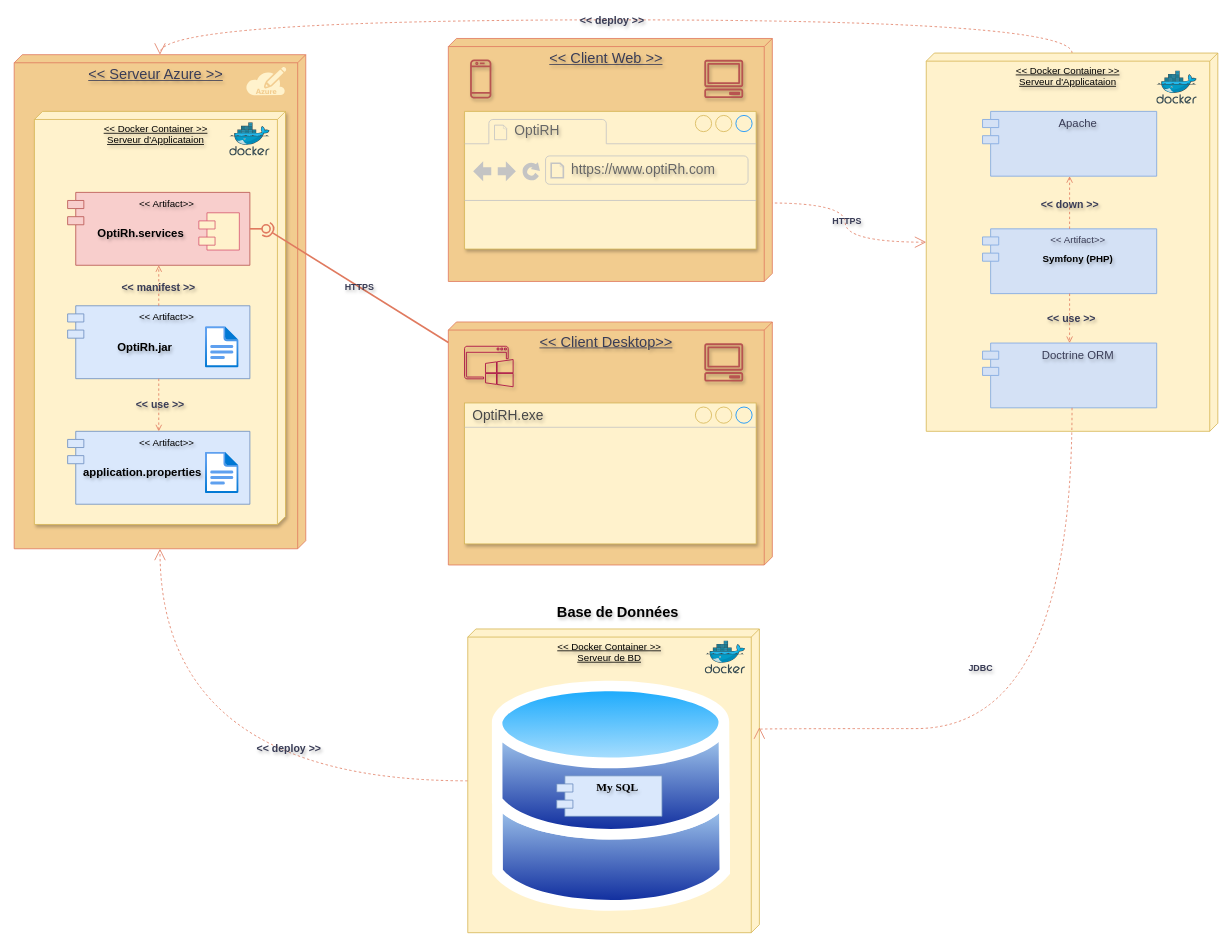
Above: Conception/DeploymentDiagram.drawio in mariem-jls/OptiRH-gestion-rh (draw.io), before the change. Source tidied: cells renumbered, new cells numbered last; positions are measured from the earlier drawing's top-left corner, leaving out a move shared by most shapes. Both pictures are drawn from the tidied source at 81%, with x=0, y=0 at pixel (14, 19).
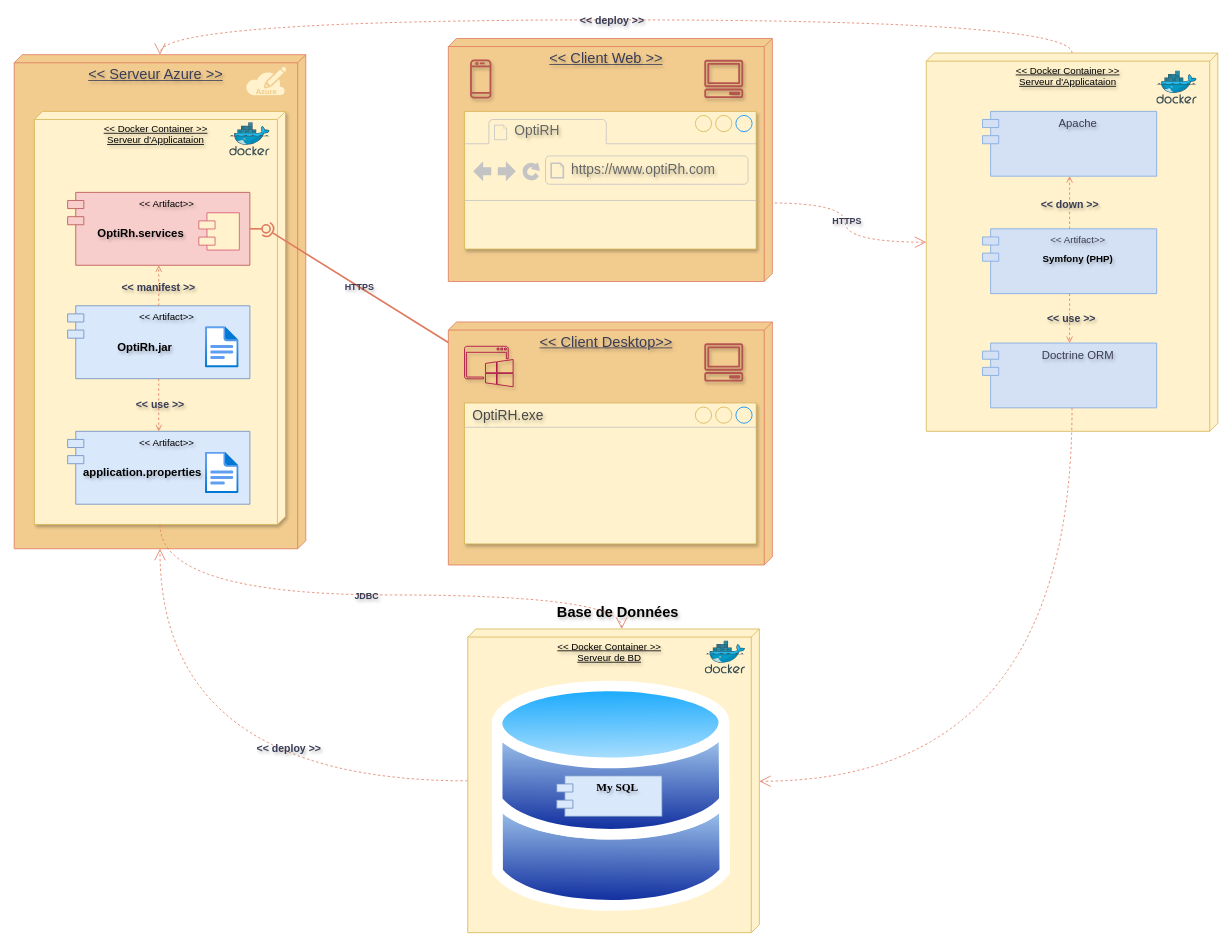
The same diagram, later.

The change refers to these unchanged cells:
```xml
<mxCell id="3" value="&amp;lt;&amp;lt; Docker Container &amp;gt;&amp;gt;&lt;br&gt;Serveur d'Applicataion" style="verticalAlign=top;align=center;spacingTop=8;spacingLeft=2;spacingRight=12;shape=cube;size=10;direction=south;fontStyle=4;html=1;whiteSpace=wrap;strokeColor=#d6b656;fillColor=#fff2cc;shadow=1;textShadow=1;" parent="1" vertex="1">
  <mxGeometry x="25" y="113" width="310" height="510" as="geometry" />
</mxCell>
<mxCell id="39" style="group;textShadow=1;" parent="38" vertex="1">
  <mxGeometry width="400" height="300" as="geometry" />
</mxCell>
<mxCell id="53" value="&amp;lt;&amp;lt; Docker Container &amp;gt;&amp;gt;&lt;br&gt;Serveur de BD" style="verticalAlign=top;align=center;spacingTop=8;spacingLeft=2;spacingRight=12;shape=cube;size=10;direction=south;fontStyle=4;html=1;whiteSpace=wrap;strokeColor=#d6b656;fillColor=#fff2cc;shadow=0;textShadow=1;" parent="52" vertex="1">
  <mxGeometry width="360" height="375" as="geometry" />
</mxCell>
<mxCell id="61" value="&lt;font style=&quot;font-size: 14px;&quot;&gt;Doctrine ORM&lt;/font&gt;" style="shape=module;align=left;spacingLeft=20;align=center;verticalAlign=top;whiteSpace=wrap;html=1;strokeColor=#7EA6E0;fontColor=#393C56;fillColor=#D4E1F5;textShadow=1;" parent="58" vertex="1">
  <mxGeometry x="69.5" y="358" width="215" height="80" as="geometry" />
</mxCell>
```

What changed in the source:
```diff
@@
-    <mxCell id="43" value="&lt;span&gt;&lt;font style=&quot;color: light-dark(rgb(71, 71, 71), rgb(237, 237, 237));&quot;&gt;OptiRH.exe&lt;/font&gt;&lt;/span&gt;" style="strokeWidth=1;shadow=1;dashed=0;align=center;html=1;shape=mxgraph.mockup.containers.window;align=left;verticalAlign=top;spacingLeft=8;strokeColor2=#008cff;strokeColor3=#c4c4c4;mainText=;fontSize=17;labelBackgroundColor=none;whiteSpace=wrap;strokeColor=#d6b656;fillColor=#fff2cc;textShadow=1;" parent="39" vertex="1">
+    <mxCell id="43" value="&lt;span&gt;&lt;font color=&quot;#000000&quot; style=&quot;color: light-dark(rgb(71, 71, 71), rgb(237, 237, 237));&quot;&gt;OptiRH.exe&lt;/font&gt;&lt;/span&gt;" style="strokeWidth=1;shadow=1;dashed=0;align=center;html=1;shape=mxgraph.mockup.containers.window;align=left;verticalAlign=top;spacingLeft=8;strokeColor2=#008cff;strokeColor3=#c4c4c4;mainText=;fontSize=17;labelBackgroundColor=none;whiteSpace=wrap;strokeColor=#d6b656;fillColor=#fff2cc;textShadow=1;" parent="39" vertex="1">
       <mxGeometry x="20" y="100" width="360" height="174" as="geometry" />
     </mxCell>
@@
-    <mxCell id="70" style="edgeStyle=orthogonalEdgeStyle;rounded=0;jettySize=auto;html=1;strokeColor=#E07A5F;fontColor=#393C56;fillColor=#F2CC8F;curved=1;dashed=1;endArrow=open;endFill=0;endSize=12;startSize=12;entryX=0.324;entryY=0;entryDx=0;entryDy=0;entryPerimeter=0;textShadow=1;" parent="1" edge="1" source="61" target="53">
+    <mxCell id="70" style="edgeStyle=orthogonalEdgeStyle;rounded=0;jettySize=auto;html=1;strokeColor=#E07A5F;fontColor=#393C56;fillColor=#F2CC8F;curved=1;dashed=1;endArrow=open;endFill=0;endSize=12;startSize=12;textShadow=1;" parent="1" edge="1" source="61" target="53">
       <mxGeometry relative="1" as="geometry">
         <Array as="points">
-          <mxPoint x="1306" y="875" />
+          <mxPoint x="1306" y="940" />
         </Array>
       </mxGeometry>
     </mxCell>
+    <mxCell id="72" style="edgeStyle=orthogonalEdgeStyle;rounded=0;jettySize=auto;html=1;strokeColor=#E07A5F;fontColor=#393C56;fillColor=#F2CC8F;curved=1;dashed=1;endArrow=open;endFill=0;endSize=12;startSize=12;textShadow=1;" parent="1" edge="1" source="3" target="53">
+      <mxGeometry relative="1" as="geometry">
+        <Array as="points">
+          <mxPoint x="180" y="710" />
+          <mxPoint x="750" y="710" />
+        </Array>
+      </mxGeometry>
+    </mxCell>
-    <mxCell id="71" value="JDBC" style="edgeLabel;html=1;align=center;verticalAlign=middle;strokeColor=#E07A5F;fontColor=#393C56;fillColor=#F2CC8F;labelBackgroundColor=none;labelBorderColor=none;textShadow=1;fontStyle=1;" parent="70" vertex="1">
+    <mxCell id="71" value="JDBC" style="edgeLabel;html=1;align=center;verticalAlign=middle;strokeColor=#E07A5F;fontColor=#393C56;fillColor=#F2CC8F;labelBackgroundColor=none;labelBorderColor=none;textShadow=1;fontStyle=1;" parent="72" vertex="1">
       <mxGeometry x="-0.05" y="1" relative="1" as="geometry">
-        <mxPoint x="-115" y="-52" as="offset" />
+        <mxPoint x="9" y="1" as="offset" />
       </mxGeometry>
     </mxCell>
```
